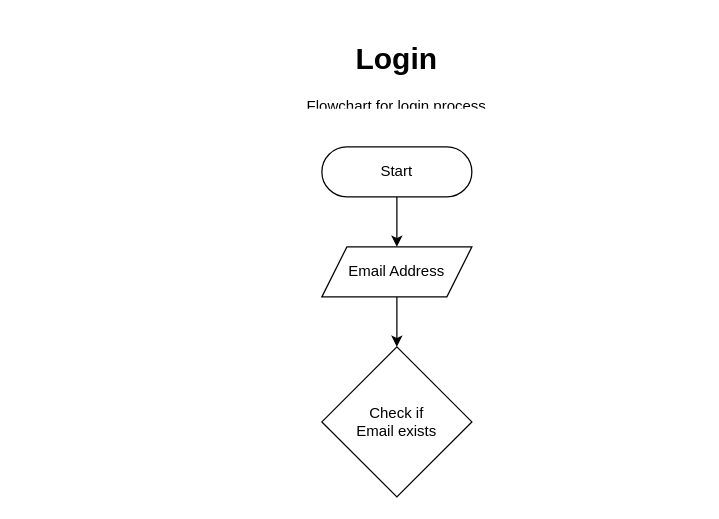
The draw.io diagram login.drawio in madeofeffort/flowcharts, before the edit. Source tidied: cells renumbered, new cells numbered last; positions are measured from the earlier drawing's top-left corner, leaving out a move shared by most shapes. Both pictures are drawn from the tidied source at 125%, with x=0, y=0 at pixel (278, 34).
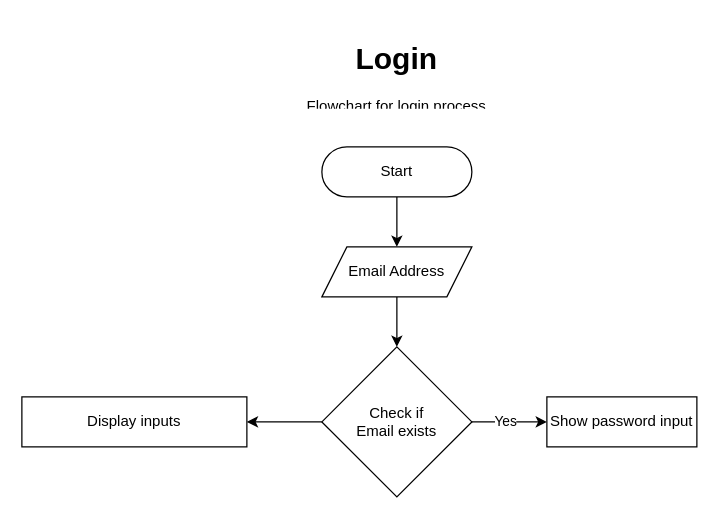
The same page after the edit.

Change to the diagram source:
```diff
@@
 <mxGraphModel>
   <root>
     <mxCell id="0" />
     <mxCell id="1" parent="0" />
     <mxCell id="2" value="&lt;h1&gt;Login&lt;/h1&gt;&lt;p&gt;Flowchart for login process&lt;/p&gt;" style="text;html=1;strokeColor=none;fillColor=none;spacing=5;spacingTop=-20;whiteSpace=wrap;overflow=hidden;rounded=0;align=center;" parent="1" vertex="1">
       <mxGeometry width="190" height="60" as="geometry" />
     </mxCell>
     <mxCell id="3" style="edgeStyle=orthogonalEdgeStyle;rounded=0;jettySize=auto;html=1;" parent="1" edge="1" source="4" target="6">
       <mxGeometry relative="1" as="geometry" />
     </mxCell>
     <mxCell id="4" value="Start" style="rounded=1;whiteSpace=wrap;html=1;arcSize=50;" parent="1" vertex="1">
       <mxGeometry x="35" y="90" width="120" height="40" as="geometry" />
     </mxCell>
     <mxCell id="5" style="edgeStyle=orthogonalEdgeStyle;rounded=0;jettySize=auto;html=1;" parent="1" edge="1" source="6" target="7">
       <mxGeometry relative="1" as="geometry" />
     </mxCell>
     <mxCell id="6" value="Email Address" style="shape=parallelogram;perimeter=parallelogramPerimeter;whiteSpace=wrap;html=1;fixedSize=1;" parent="1" vertex="1">
       <mxGeometry x="35" y="170" width="120" height="40" as="geometry" />
     </mxCell>
+    <mxCell id="8" style="edgeStyle=orthogonalEdgeStyle;rounded=0;jettySize=auto;html=1;" parent="1" edge="1" source="7" target="11">
+      <mxGeometry relative="1" as="geometry">
+        <Array as="points">
+          <mxPoint x="195" y="310" />
+          <mxPoint x="195" y="310" />
+        </Array>
+      </mxGeometry>
+    </mxCell>
+    <mxCell id="9" value="Yes" style="edgeLabel;html=1;align=center;verticalAlign=middle;" parent="8" vertex="1">
+      <mxGeometry relative="1" as="geometry">
+        <mxPoint x="-4" y="-1" as="offset" />
+      </mxGeometry>
+    </mxCell>
+    <mxCell id="10" style="edgeStyle=orthogonalEdgeStyle;rounded=0;jettySize=auto;html=1;entryX=1;entryY=0.5;entryDx=0;entryDy=0;" parent="1" edge="1" source="7" target="12">
+      <mxGeometry relative="1" as="geometry" />
+    </mxCell>
     <mxCell id="7" value="Check if &lt;br&gt;Email exists" style="rhombus;whiteSpace=wrap;html=1;" parent="1" vertex="1">
       <mxGeometry x="35" y="250" width="120" height="120" as="geometry" />
     </mxCell>
+    <mxCell id="11" value="Show password input" style="whiteSpace=wrap;html=1;" parent="1" vertex="1">
+      <mxGeometry x="215" y="290" width="120" height="40" as="geometry" />
+    </mxCell>
+    <mxCell id="12" value="Display inputs" style="rounded=0;whiteSpace=wrap;html=1;" parent="1" vertex="1">
+      <mxGeometry x="-205" y="290" width="180" height="40" as="geometry" />
+    </mxCell>
   </root>
 </mxGraphModel>
```
